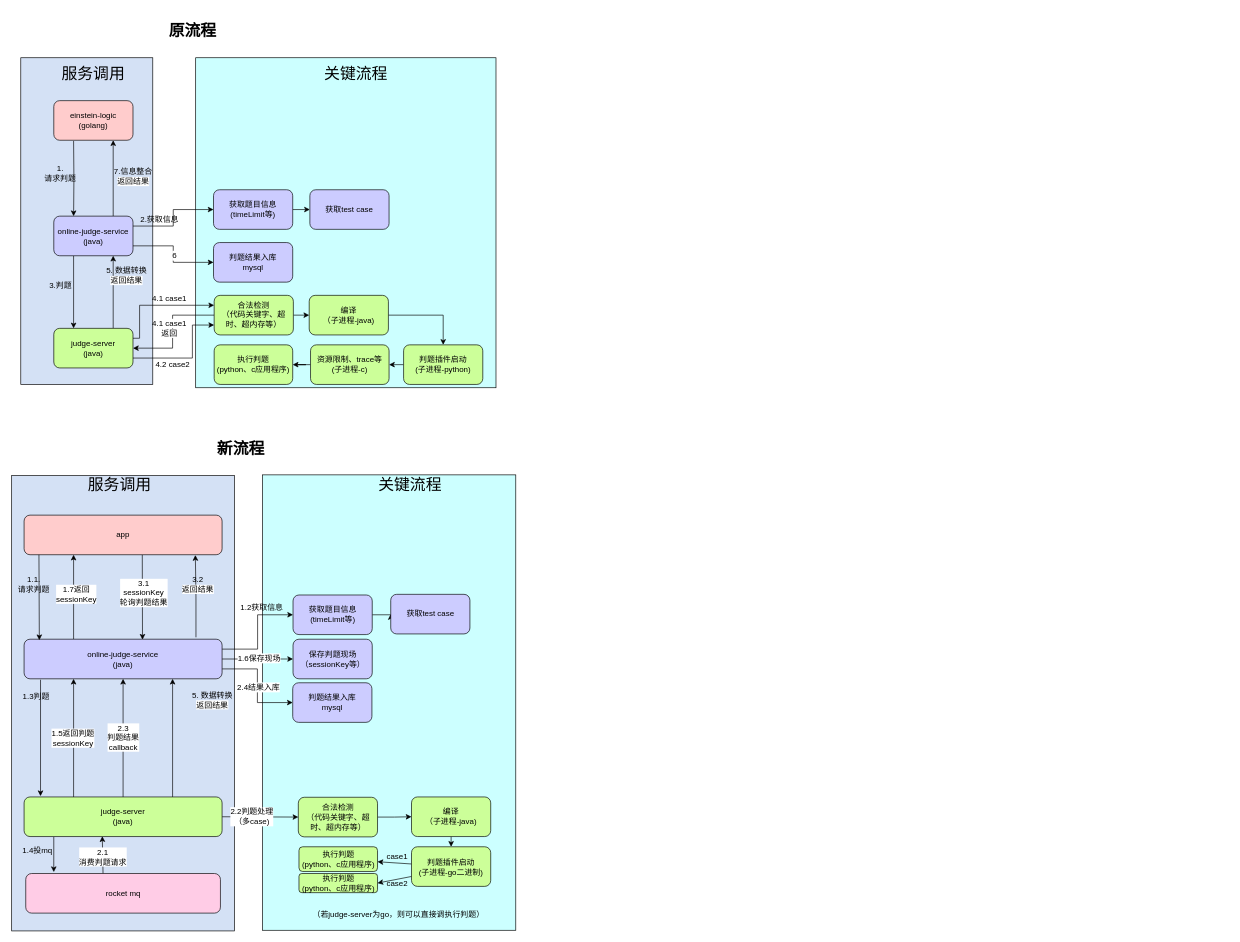
Above: 题库.drawio in xiell2016/hetaoDesign (draw.io), before the change. Source tidied: cells renumbered, new cells numbered last; positions are measured from the earlier drawing's top-left corner, leaving out a move shared by most shapes. Both pictures are drawn from the tidied source at 66%, with x=0, y=0 at pixel (11, 24).
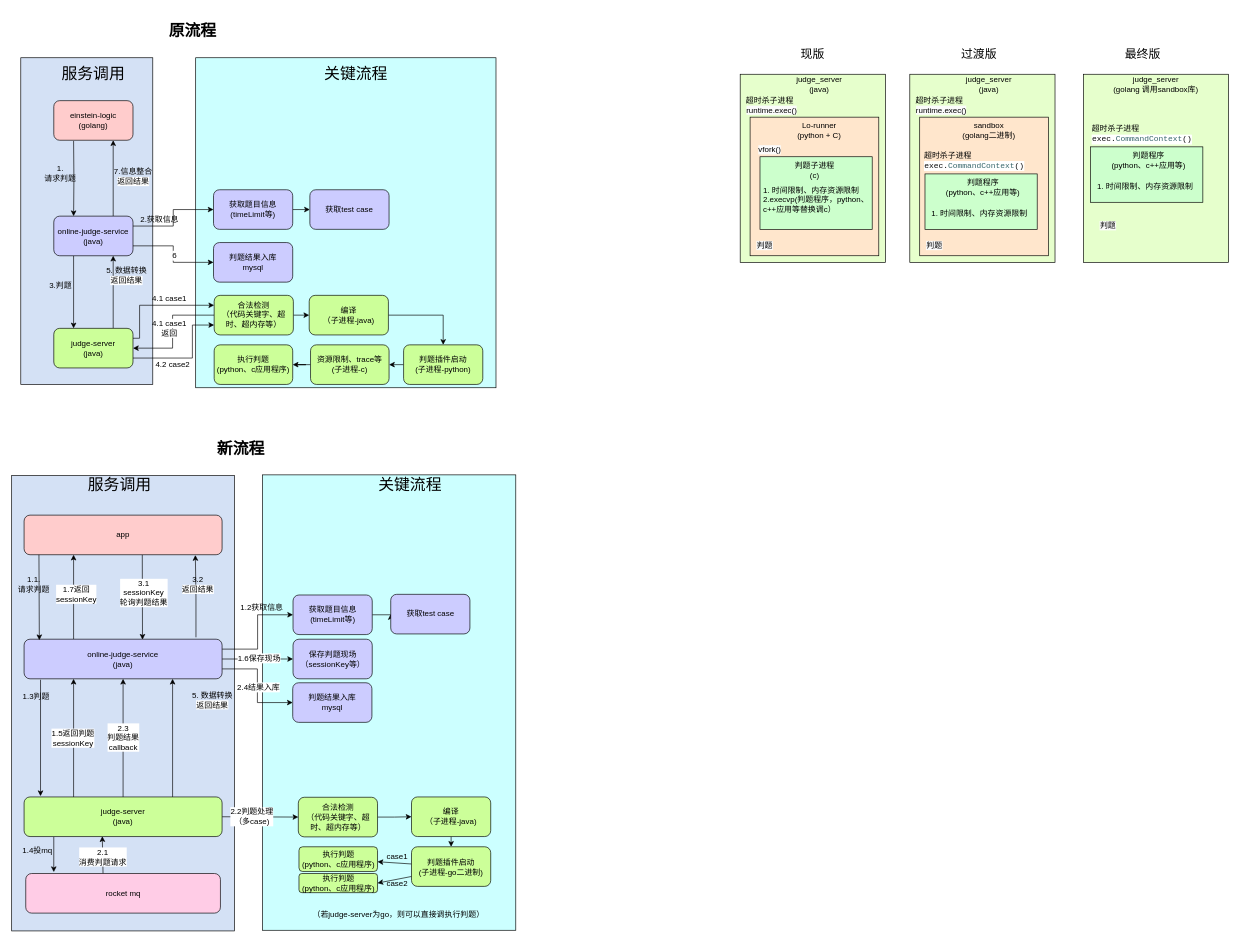
The same page after the edit.

What changed in the source:
```diff
@@
+    <mxCell id="94" style="rounded=0;whiteSpace=wrap;html=1;strokeColor=default;fontFamily=Helvetica;fontSize=12;fontColor=default;fillColor=#E6FFCC;" parent="1" vertex="1">
+      <mxGeometry x="1104" y="75" width="220" height="285" as="geometry" />
+    </mxCell>
+    <mxCell id="95" style="rounded=0;whiteSpace=wrap;html=1;strokeColor=default;fontFamily=Helvetica;fontSize=12;fontColor=default;fillColor=#FFE6CC;" parent="1" vertex="1">
+      <mxGeometry x="1119" y="140" width="195" height="210" as="geometry" />
+    </mxCell>
+    <mxCell id="96" style="rounded=0;whiteSpace=wrap;html=1;strokeColor=default;fontFamily=Helvetica;fontSize=12;fontColor=default;fillColor=#CCFFCC;" parent="1" vertex="1">
+      <mxGeometry x="1134" y="200" width="170" height="110" as="geometry" />
+    </mxCell>
+    <mxCell id="97" value="judge_server&lt;br&gt;(java)" style="text;html=1;strokeColor=none;fillColor=none;align=center;verticalAlign=middle;whiteSpace=wrap;rounded=0;fontSize=12;fontFamily=Helvetica;fontColor=default;" parent="1" vertex="1">
+      <mxGeometry x="1194" y="75" width="60" height="30" as="geometry" />
+    </mxCell>
+    <mxCell id="98" value="Lo-runner&lt;br&gt;(python + C)" style="text;html=1;strokeColor=none;fillColor=none;align=center;verticalAlign=middle;whiteSpace=wrap;rounded=0;fontSize=12;fontFamily=Helvetica;fontColor=default;" parent="1" vertex="1">
+      <mxGeometry x="1179" y="145" width="90" height="30" as="geometry" />
+    </mxCell>
+    <mxCell id="99" value="判题子进程&lt;br&gt;(c)" style="text;html=1;strokeColor=none;fillColor=none;align=center;verticalAlign=middle;whiteSpace=wrap;rounded=0;fontSize=12;fontFamily=Helvetica;fontColor=default;" parent="1" vertex="1">
+      <mxGeometry x="1166.5" y="205" width="100" height="30" as="geometry" />
+    </mxCell>
+    <mxCell id="100" value="&lt;span style=&quot;color: rgb(0, 0, 0); font-family: Helvetica; font-size: 12px; font-style: normal; font-variant-ligatures: normal; font-variant-caps: normal; font-weight: 400; letter-spacing: normal; orphans: 2; text-align: center; text-indent: 0px; text-transform: none; widows: 2; word-spacing: 0px; -webkit-text-stroke-width: 0px; background-color: rgb(251, 251, 251); text-decoration-thickness: initial; text-decoration-style: initial; text-decoration-color: initial; float: none; display: inline !important;&quot;&gt;runtime.exec()&lt;/span&gt;" style="text;html=1;strokeColor=none;fillColor=none;align=center;verticalAlign=middle;whiteSpace=wrap;rounded=0;fontSize=12;fontFamily=Helvetica;fontColor=default;" parent="1" vertex="1">
+      <mxGeometry x="1122" y="115" width="60" height="30" as="geometry" />
+    </mxCell>
+    <mxCell id="101" value="&lt;span style=&quot;color: rgb(0, 0, 0); font-family: Helvetica; font-size: 12px; font-style: normal; font-variant-ligatures: normal; font-variant-caps: normal; font-weight: 400; letter-spacing: normal; orphans: 2; text-align: center; text-indent: 0px; text-transform: none; widows: 2; word-spacing: 0px; -webkit-text-stroke-width: 0px; background-color: rgb(251, 251, 251); text-decoration-thickness: initial; text-decoration-style: initial; text-decoration-color: initial; float: none; display: inline !important;&quot;&gt;vfork()&lt;/span&gt;" style="text;html=1;strokeColor=none;fillColor=none;align=center;verticalAlign=middle;whiteSpace=wrap;rounded=0;fontSize=12;fontFamily=Helvetica;fontColor=default;" parent="1" vertex="1">
+      <mxGeometry x="1119" y="175" width="60" height="30" as="geometry" />
+    </mxCell>
+    <mxCell id="102" value="1. 时间限制、内存资源限制&lt;br&gt;2.execvp(判题程序，python、c++应用等替换调c）" style="text;html=1;strokeColor=none;fillColor=none;align=left;verticalAlign=middle;whiteSpace=wrap;rounded=0;fontSize=12;fontFamily=Helvetica;fontColor=default;" parent="1" vertex="1">
+      <mxGeometry x="1136.5" y="240" width="167.5" height="50" as="geometry" />
+    </mxCell>
+    <mxCell id="103" value="超时杀子进程" style="text;html=1;strokeColor=none;fillColor=none;align=center;verticalAlign=middle;whiteSpace=wrap;rounded=0;fontSize=12;fontFamily=Helvetica;fontColor=default;" parent="1" vertex="1">
+      <mxGeometry x="1109" y="100" width="80" height="30" as="geometry" />
+    </mxCell>
+    <mxCell id="104" value="&lt;span style=&quot;color: rgb(0, 0, 0); font-family: Helvetica; font-size: 12px; font-style: normal; font-variant-ligatures: normal; font-variant-caps: normal; font-weight: 400; letter-spacing: normal; orphans: 2; text-align: center; text-indent: 0px; text-transform: none; widows: 2; word-spacing: 0px; -webkit-text-stroke-width: 0px; background-color: rgb(251, 251, 251); text-decoration-thickness: initial; text-decoration-style: initial; text-decoration-color: initial; float: none; display: inline !important;&quot;&gt;判题&lt;/span&gt;" style="text;html=1;strokeColor=none;fillColor=none;align=center;verticalAlign=middle;whiteSpace=wrap;rounded=0;fontSize=12;fontFamily=Helvetica;fontColor=default;" parent="1" vertex="1">
+      <mxGeometry x="1119" y="320" width="45" height="30" as="geometry" />
+    </mxCell>
+    <mxCell id="105" style="rounded=0;whiteSpace=wrap;html=1;strokeColor=default;fontFamily=Helvetica;fontSize=12;fontColor=default;fillColor=#E6FFCC;" parent="1" vertex="1">
+      <mxGeometry x="1361" y="75" width="220" height="285" as="geometry" />
+    </mxCell>
+    <mxCell id="106" style="rounded=0;whiteSpace=wrap;html=1;strokeColor=default;fontFamily=Helvetica;fontSize=12;fontColor=default;fillColor=#FFE6CC;" parent="1" vertex="1">
+      <mxGeometry x="1376" y="140" width="195" height="210" as="geometry" />
+    </mxCell>
+    <mxCell id="107" style="rounded=0;whiteSpace=wrap;html=1;strokeColor=default;fontFamily=Helvetica;fontSize=12;fontColor=default;fillColor=#CCFFCC;" parent="1" vertex="1">
+      <mxGeometry x="1384" y="226" width="170" height="84" as="geometry" />
+    </mxCell>
+    <mxCell id="108" value="judge_server&lt;br&gt;(java)" style="text;html=1;strokeColor=none;fillColor=none;align=center;verticalAlign=middle;whiteSpace=wrap;rounded=0;fontSize=12;fontFamily=Helvetica;fontColor=default;" parent="1" vertex="1">
+      <mxGeometry x="1451" y="75" width="60" height="30" as="geometry" />
+    </mxCell>
+    <mxCell id="109" value="sandbox&lt;br&gt;(golang二进制)" style="text;html=1;strokeColor=none;fillColor=none;align=center;verticalAlign=middle;whiteSpace=wrap;rounded=0;fontSize=12;fontFamily=Helvetica;fontColor=default;" parent="1" vertex="1">
+      <mxGeometry x="1436" y="145" width="90" height="30" as="geometry" />
+    </mxCell>
+    <mxCell id="110" value="&lt;span style=&quot;color: rgb(0, 0, 0); font-family: Helvetica; font-size: 12px; font-style: normal; font-variant-ligatures: normal; font-variant-caps: normal; font-weight: 400; letter-spacing: normal; orphans: 2; text-align: center; text-indent: 0px; text-transform: none; widows: 2; word-spacing: 0px; -webkit-text-stroke-width: 0px; background-color: rgb(251, 251, 251); text-decoration-thickness: initial; text-decoration-style: initial; text-decoration-color: initial; float: none; display: inline !important;&quot;&gt;runtime.exec()&lt;/span&gt;" style="text;html=1;strokeColor=none;fillColor=none;align=center;verticalAlign=middle;whiteSpace=wrap;rounded=0;fontSize=12;fontFamily=Helvetica;fontColor=default;" parent="1" vertex="1">
+      <mxGeometry x="1379" y="115" width="60" height="30" as="geometry" />
+    </mxCell>
+    <mxCell id="111" value="1. 时间限制、内存资源限制" style="text;html=1;strokeColor=none;fillColor=none;align=left;verticalAlign=middle;whiteSpace=wrap;rounded=0;fontSize=12;fontFamily=Helvetica;fontColor=default;" parent="1" vertex="1">
+      <mxGeometry x="1391.5" y="266" width="155" height="40" as="geometry" />
+    </mxCell>
+    <mxCell id="112" value="超时杀子进程" style="text;html=1;strokeColor=none;fillColor=none;align=center;verticalAlign=middle;whiteSpace=wrap;rounded=0;fontSize=12;fontFamily=Helvetica;fontColor=default;" parent="1" vertex="1">
+      <mxGeometry x="1366" y="100" width="80" height="30" as="geometry" />
+    </mxCell>
+    <mxCell id="113" value="&lt;span style=&quot;color: rgb(0, 0, 0); font-family: Helvetica; font-size: 12px; font-style: normal; font-variant-ligatures: normal; font-variant-caps: normal; font-weight: 400; letter-spacing: normal; orphans: 2; text-align: center; text-indent: 0px; text-transform: none; widows: 2; word-spacing: 0px; -webkit-text-stroke-width: 0px; background-color: rgb(251, 251, 251); text-decoration-thickness: initial; text-decoration-style: initial; text-decoration-color: initial; float: none; display: inline !important;&quot;&gt;判题&lt;/span&gt;" style="text;html=1;strokeColor=none;fillColor=none;align=center;verticalAlign=middle;whiteSpace=wrap;rounded=0;fontSize=12;fontFamily=Helvetica;fontColor=default;" parent="1" vertex="1">
+      <mxGeometry x="1376" y="320" width="45" height="30" as="geometry" />
+    </mxCell>
+    <mxCell id="114" value="超时杀子进程" style="text;whiteSpace=wrap;html=1;fontSize=12;fontFamily=Helvetica;fontColor=default;" parent="1" vertex="1">
+      <mxGeometry x="1381" y="185" width="110" height="20" as="geometry" />
+    </mxCell>
+    <mxCell id="115" style="rounded=0;whiteSpace=wrap;html=1;strokeColor=default;fontFamily=Helvetica;fontSize=12;fontColor=default;fillColor=#E6FFCC;" parent="1" vertex="1">
+      <mxGeometry x="1624" y="75" width="220" height="285" as="geometry" />
+    </mxCell>
+    <mxCell id="116" value="judge_server&lt;br&gt;(golang 调用sandbox库)" style="text;html=1;strokeColor=none;fillColor=none;align=center;verticalAlign=middle;whiteSpace=wrap;rounded=0;fontSize=12;fontFamily=Helvetica;fontColor=default;" parent="1" vertex="1">
+      <mxGeometry x="1629" y="75" width="210" height="30" as="geometry" />
+    </mxCell>
+    <mxCell id="117" value="&lt;pre style=&quot;background-color:#ffffff;color:#080808;font-family:'JetBrains Mono',monospace;font-size:9.0pt;&quot;&gt;exec.&lt;span style=&quot;color:#36666b;&quot;&gt;CommandContext&lt;/span&gt;()&lt;/pre&gt;" style="text;html=1;strokeColor=none;fillColor=none;align=center;verticalAlign=middle;whiteSpace=wrap;rounded=0;fontSize=12;fontFamily=Helvetica;fontColor=default;" parent="1" vertex="1">
+      <mxGeometry x="1638" y="159" width="150" height="30" as="geometry" />
+    </mxCell>
+    <mxCell id="118" value="&lt;span style=&quot;color: rgb(0, 0, 0); font-family: Helvetica; font-size: 12px; font-style: normal; font-variant-ligatures: normal; font-variant-caps: normal; font-weight: 400; letter-spacing: normal; orphans: 2; text-align: center; text-indent: 0px; text-transform: none; widows: 2; word-spacing: 0px; -webkit-text-stroke-width: 0px; background-color: rgb(251, 251, 251); text-decoration-thickness: initial; text-decoration-style: initial; text-decoration-color: initial; float: none; display: inline !important;&quot;&gt;判题&lt;/span&gt;" style="text;html=1;strokeColor=none;fillColor=none;align=center;verticalAlign=middle;whiteSpace=wrap;rounded=0;fontSize=12;fontFamily=Helvetica;fontColor=default;" parent="1" vertex="1">
+      <mxGeometry x="1639" y="290" width="45" height="30" as="geometry" />
+    </mxCell>
+    <mxCell id="119" value="超时杀子进程" style="text;whiteSpace=wrap;html=1;fontSize=12;fontFamily=Helvetica;fontColor=default;" parent="1" vertex="1">
+      <mxGeometry x="1635" y="144" width="110" height="20" as="geometry" />
+    </mxCell>
+    <mxCell id="120" value="&lt;pre style=&quot;background-color:#ffffff;color:#080808;font-family:'JetBrains Mono',monospace;font-size:9.0pt;&quot;&gt;exec.&lt;span style=&quot;color:#36666b;&quot;&gt;CommandContext&lt;/span&gt;()&lt;/pre&gt;" style="text;html=1;strokeColor=none;fillColor=none;align=center;verticalAlign=middle;whiteSpace=wrap;rounded=0;fontSize=12;fontFamily=Helvetica;fontColor=default;" parent="1" vertex="1">
+      <mxGeometry x="1384" y="199" width="150" height="30" as="geometry" />
+    </mxCell>
+    <mxCell id="121" value="&lt;font style=&quot;font-size: 18px;&quot;&gt;现版&lt;/font&gt;" style="text;html=1;strokeColor=none;fillColor=none;align=center;verticalAlign=middle;whiteSpace=wrap;rounded=0;fontSize=12;fontFamily=Helvetica;fontColor=default;" parent="1" vertex="1">
+      <mxGeometry x="1184" y="30" width="60" height="30" as="geometry" />
+    </mxCell>
+    <mxCell id="122" value="&lt;font style=&quot;font-size: 18px;&quot;&gt;过渡版&lt;/font&gt;" style="text;html=1;strokeColor=none;fillColor=none;align=center;verticalAlign=middle;whiteSpace=wrap;rounded=0;fontSize=12;fontFamily=Helvetica;fontColor=default;" parent="1" vertex="1">
+      <mxGeometry x="1436" y="30" width="60" height="30" as="geometry" />
+    </mxCell>
+    <mxCell id="123" value="&lt;font style=&quot;font-size: 18px;&quot;&gt;最终版&lt;/font&gt;" style="text;html=1;strokeColor=none;fillColor=none;align=center;verticalAlign=middle;whiteSpace=wrap;rounded=0;fontSize=12;fontFamily=Helvetica;fontColor=default;" parent="1" vertex="1">
+      <mxGeometry x="1684" y="30" width="60" height="30" as="geometry" />
+    </mxCell>
+    <mxCell id="124" value="判题程序&lt;br&gt;(python、c++应用等)" style="text;html=1;strokeColor=none;fillColor=none;align=center;verticalAlign=middle;whiteSpace=wrap;rounded=0;fontSize=12;fontFamily=Helvetica;fontColor=default;" parent="1" vertex="1">
+      <mxGeometry x="1387" y="231" width="170" height="30" as="geometry" />
+    </mxCell>
+    <mxCell id="125" style="rounded=0;whiteSpace=wrap;html=1;strokeColor=default;fontFamily=Helvetica;fontSize=12;fontColor=default;fillColor=#CCFFCC;" parent="1" vertex="1">
+      <mxGeometry x="1635" y="185" width="170" height="84" as="geometry" />
+    </mxCell>
+    <mxCell id="126" value="1. 时间限制、内存资源限制" style="text;html=1;strokeColor=none;fillColor=none;align=left;verticalAlign=middle;whiteSpace=wrap;rounded=0;fontSize=12;fontFamily=Helvetica;fontColor=default;" parent="1" vertex="1">
+      <mxGeometry x="1642.5" y="225" width="155" height="40" as="geometry" />
+    </mxCell>
+    <mxCell id="127" value="判题程序&lt;br&gt;(python、c++应用等)" style="text;html=1;strokeColor=none;fillColor=none;align=center;verticalAlign=middle;whiteSpace=wrap;rounded=0;fontSize=12;fontFamily=Helvetica;fontColor=default;" parent="1" vertex="1">
+      <mxGeometry x="1638" y="190" width="170" height="30" as="geometry" />
+    </mxCell>
```
